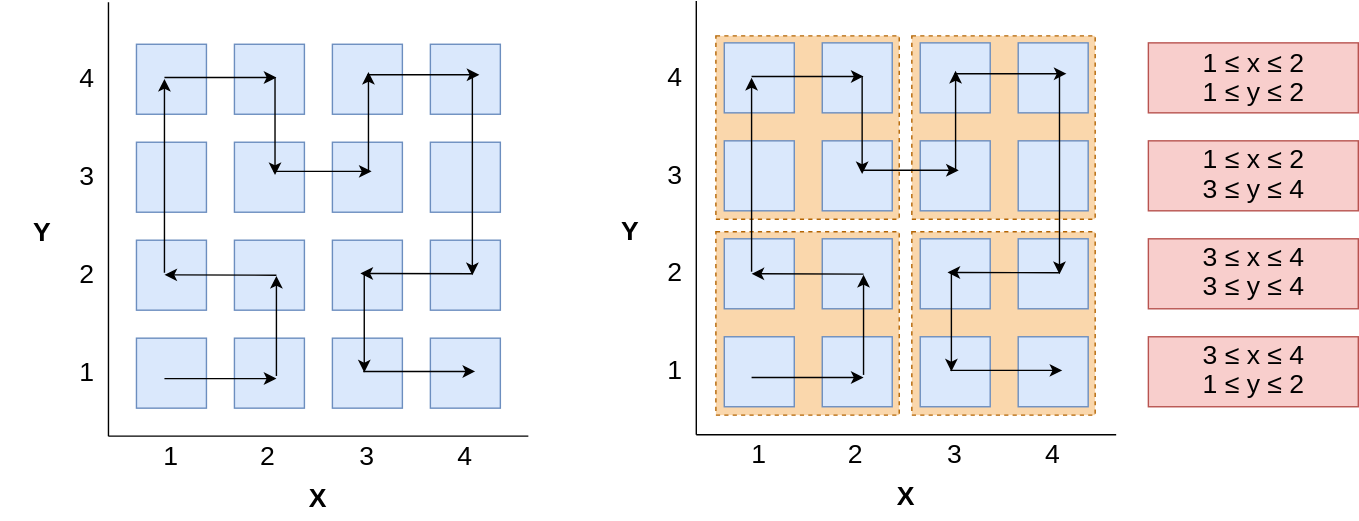
This is assets/posts/spatial-index/hilbert-curve.svg from addu390/addu390.github.io, a draw.io export, as it was before one commit. Source tidied: cells renumbered, new cells last; positions are measured from the earlier drawing's top-left corner, leaving out a move shared by most shapes.
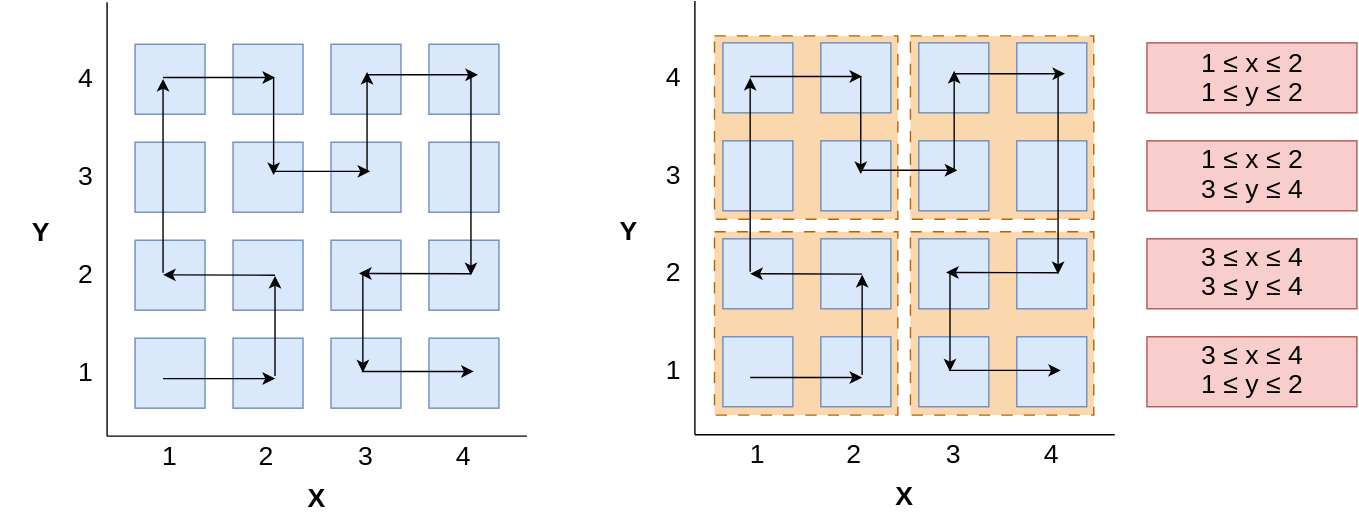
Above is the later version.

The edit, as a diff of the source:
```diff
@@ -2,16 +2,16 @@
   <root>
     <mxCell id="0" />
     <mxCell id="1" parent="0" />
-    <mxCell id="2" style="rounded=0;whiteSpace=wrap;html=1;fillColor=#fad7ac;strokeColor=#b46504;dashed=1;" parent="1" vertex="1">
+    <mxCell id="2" style="rounded=0;whiteSpace=wrap;html=1;fillColor=#fad7ac;strokeColor=#b46504;dashed=1;dashPattern=8 8;" parent="1" vertex="1">
       <mxGeometry x="651" y="165" width="131" height="131" as="geometry" />
     </mxCell>
-    <mxCell id="3" style="rounded=0;whiteSpace=wrap;html=1;fillColor=#fad7ac;strokeColor=#b46504;dashed=1;" parent="1" vertex="1">
+    <mxCell id="3" style="rounded=0;whiteSpace=wrap;html=1;fillColor=#fad7ac;strokeColor=#b46504;dashed=1;dashPattern=8 8;" parent="1" vertex="1">
       <mxGeometry x="511" y="165" width="131" height="131" as="geometry" />
     </mxCell>
-    <mxCell id="4" style="rounded=0;whiteSpace=wrap;html=1;fillColor=#fad7ac;strokeColor=#b46504;dashed=1;" parent="1" vertex="1">
+    <mxCell id="4" style="rounded=0;whiteSpace=wrap;html=1;fillColor=#fad7ac;strokeColor=#b46504;dashed=1;dashPattern=8 8;" parent="1" vertex="1">
       <mxGeometry x="651" y="25" width="131" height="131" as="geometry" />
     </mxCell>
-    <mxCell id="5" style="rounded=0;whiteSpace=wrap;html=1;fillColor=#fad7ac;strokeColor=#b46504;dashed=1;" parent="1" vertex="1">
+    <mxCell id="5" style="rounded=0;whiteSpace=wrap;html=1;fillColor=#fad7ac;strokeColor=#b46504;dashed=1;dashPattern=8 8;" parent="1" vertex="1">
       <mxGeometry x="511" y="25" width="131" height="131" as="geometry" />
     </mxCell>
     <mxCell id="6" style="rounded=0;whiteSpace=wrap;html=1;fillColor=#dae8fc;strokeColor=#6c8ebf;" parent="1" vertex="1">
```
